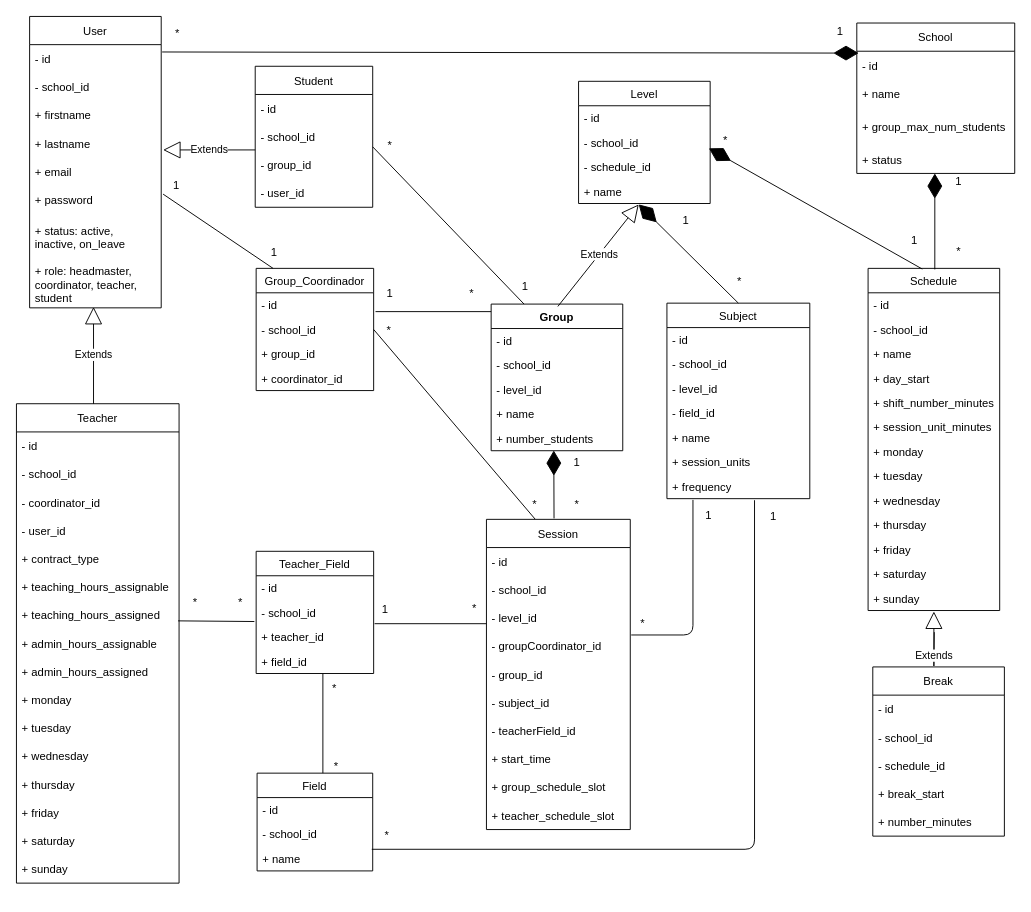
Above: support/3_design/entities/entities_UML.drawio in JeromeVargas/schedule_maker (draw.io), before the change. Source tidied: cells renumbered, new cells numbered last; positions are measured from the earlier drawing's top-left corner, leaving out a move shared by most shapes. Both pictures are drawn from the tidied source at 94%, with x=0, y=0 at pixel (16, 16).
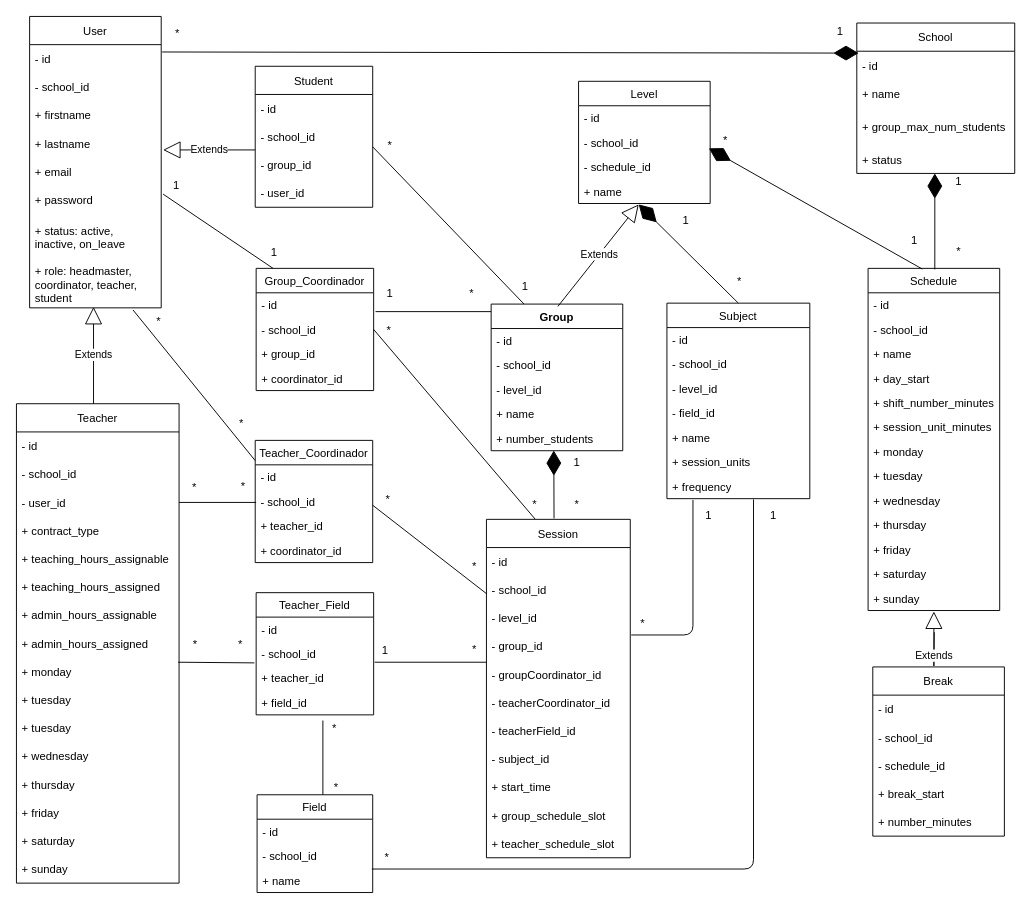
The same diagram, later.

The change refers to these unchanged cells:
```xml
<mxCell id="11" value="+ role: headmaster,&#10;coordinator, teacher, &#10;student" style="text;strokeColor=none;fillColor=none;align=left;verticalAlign=middle;spacingLeft=4;spacingRight=4;overflow=hidden;points=[[0,0.5],[1,0.5]];portConstraint=eastwest;" parent="3" vertex="1">
  <mxGeometry y="260" width="140" height="50" as="geometry" />
</mxCell>
<mxCell id="49" value="+ frequency" style="text;strokeColor=none;fillColor=none;align=left;verticalAlign=top;spacingLeft=4;spacingRight=4;overflow=hidden;points=[[0,0.5],[1,0.5]];portConstraint=eastwest;whiteSpace=wrap;" parent="42" vertex="1">
  <mxGeometry y="182" width="152" height="26" as="geometry" />
</mxCell>
<mxCell id="61" value="Teacher" style="swimlane;fontStyle=0;horizontal=1;startSize=30;" parent="1" vertex="1">
  <mxGeometry y="412" width="173" height="510" as="geometry" />
</mxCell>
```

Diff of the diagram source:
```diff
@@
     <mxCell id="50" value="Session" style="swimlane;fontStyle=0;horizontal=1;startSize=30;" parent="1" vertex="1">
-      <mxGeometry x="500" y="535" width="153" height="330" as="geometry" />
+      <mxGeometry x="500" y="535" width="153" height="360" as="geometry" />
     </mxCell>
@@
+    <mxCell id="55" value="- group_id" style="text;strokeColor=none;fillColor=none;align=left;verticalAlign=middle;spacingLeft=4;spacingRight=4;overflow=hidden;" parent="50" vertex="1">
+      <mxGeometry y="120" width="153" height="30" as="geometry" />
+    </mxCell>
     <mxCell id="54" value="- groupCoordinator_id" style="text;strokeColor=none;fillColor=none;align=left;verticalAlign=middle;spacingLeft=4;spacingRight=4;overflow=hidden;" parent="50" vertex="1">
-      <mxGeometry y="120" width="153" height="30" as="geometry" />
+      <mxGeometry y="150" width="153" height="30" as="geometry" />
     </mxCell>
-    <mxCell id="55" value="- group_id" style="text;strokeColor=none;fillColor=none;align=left;verticalAlign=middle;spacingLeft=4;spacingRight=4;overflow=hidden;" parent="50" vertex="1">
-      <mxGeometry y="150" width="153" height="30" as="geometry" />
-    </mxCell>
+    <mxCell id="148" value="- teacherCoordinator_id" style="text;strokeColor=none;fillColor=none;align=left;verticalAlign=middle;spacingLeft=4;spacingRight=4;overflow=hidden;" parent="50" vertex="1">
+      <mxGeometry y="180" width="153" height="30" as="geometry" />
+    </mxCell>
+    <mxCell id="57" value="- teacherField_id" style="text;strokeColor=none;fillColor=none;align=left;verticalAlign=middle;spacingLeft=4;spacingRight=4;overflow=hidden;" parent="50" vertex="1">
+      <mxGeometry y="210" width="153" height="30" as="geometry" />
+    </mxCell>
     <mxCell id="56" value="- subject_id" style="text;strokeColor=none;fillColor=none;align=left;verticalAlign=middle;spacingLeft=4;spacingRight=4;overflow=hidden;" parent="50" vertex="1">
-      <mxGeometry y="180" width="153" height="30" as="geometry" />
+      <mxGeometry y="240" width="153" height="30" as="geometry" />
     </mxCell>
-    <mxCell id="57" value="- teacherField_id" style="text;strokeColor=none;fillColor=none;align=left;verticalAlign=middle;spacingLeft=4;spacingRight=4;overflow=hidden;" parent="50" vertex="1">
-      <mxGeometry y="210" width="153" height="30" as="geometry" />
-    </mxCell>
     <mxCell id="58" value="+ start_time" style="text;strokeColor=none;fillColor=none;align=left;verticalAlign=middle;spacingLeft=4;spacingRight=4;overflow=hidden;" parent="50" vertex="1">
-      <mxGeometry y="240" width="153" height="30" as="geometry" />
+      <mxGeometry y="270" width="153" height="30" as="geometry" />
     </mxCell>
     <mxCell id="59" value="+ group_schedule_slot" style="text;strokeColor=none;fillColor=none;align=left;verticalAlign=middle;spacingLeft=4;spacingRight=4;overflow=hidden;" parent="50" vertex="1">
-      <mxGeometry y="270" width="153" height="30" as="geometry" />
+      <mxGeometry y="300" width="153" height="30" as="geometry" />
     </mxCell>
     <mxCell id="60" value="+ teacher_schedule_slot" style="text;strokeColor=none;fillColor=none;align=left;verticalAlign=middle;spacingLeft=4;spacingRight=4;overflow=hidden;" parent="50" vertex="1">
-      <mxGeometry y="300" width="153" height="30" as="geometry" />
+      <mxGeometry y="330" width="153" height="30" as="geometry" />
     </mxCell>
@@
-    <mxCell id="64" value="- coordinator_id" style="text;strokeColor=none;fillColor=none;align=left;verticalAlign=middle;spacingLeft=4;spacingRight=4;overflow=hidden;" parent="61" vertex="1">
-      <mxGeometry y="90" width="173" height="30" as="geometry" />
-    </mxCell>
     <mxCell id="65" value="- user_id" style="text;strokeColor=none;fillColor=none;align=left;verticalAlign=middle;spacingLeft=4;spacingRight=4;overflow=hidden;" parent="61" vertex="1">
-      <mxGeometry y="120" width="173" height="30" as="geometry" />
+      <mxGeometry y="90" width="173" height="30" as="geometry" />
     </mxCell>
     <mxCell id="66" value="+ contract_type" style="text;strokeColor=none;fillColor=none;align=left;verticalAlign=middle;spacingLeft=4;spacingRight=4;overflow=hidden;" parent="61" vertex="1">
-      <mxGeometry y="150" width="173" height="30" as="geometry" />
+      <mxGeometry y="120" width="173" height="30" as="geometry" />
     </mxCell>
     <mxCell id="67" value="+ teaching_hours_assignable" style="text;strokeColor=none;fillColor=none;align=left;verticalAlign=middle;spacingLeft=4;spacingRight=4;overflow=hidden;" parent="61" vertex="1">
-      <mxGeometry y="180" width="173" height="30" as="geometry" />
+      <mxGeometry y="150" width="173" height="30" as="geometry" />
     </mxCell>
     <mxCell id="68" value="+ teaching_hours_assigned" style="text;strokeColor=none;fillColor=none;align=left;verticalAlign=middle;spacingLeft=4;spacingRight=4;overflow=hidden;" parent="61" vertex="1">
-      <mxGeometry y="210" width="173" height="30" as="geometry" />
+      <mxGeometry y="180" width="173" height="30" as="geometry" />
     </mxCell>
     <mxCell id="69" value="+ admin_hours_assignable" style="text;strokeColor=none;fillColor=none;align=left;verticalAlign=middle;spacingLeft=4;spacingRight=4;overflow=hidden;" parent="61" vertex="1">
-      <mxGeometry y="240" width="173" height="30" as="geometry" />
+      <mxGeometry y="210" width="173" height="30" as="geometry" />
     </mxCell>
     <mxCell id="70" value="+ admin_hours_assigned" style="text;strokeColor=none;fillColor=none;align=left;verticalAlign=middle;spacingLeft=4;spacingRight=4;overflow=hidden;" parent="61" vertex="1">
-      <mxGeometry y="270" width="173" height="30" as="geometry" />
+      <mxGeometry y="240" width="173" height="30" as="geometry" />
     </mxCell>
     <mxCell id="71" value="+ monday" style="text;strokeColor=none;fillColor=none;align=left;verticalAlign=middle;spacingLeft=4;spacingRight=4;overflow=hidden;" parent="61" vertex="1">
-      <mxGeometry y="300" width="173" height="30" as="geometry" />
+      <mxGeometry y="270" width="173" height="30" as="geometry" />
     </mxCell>
     <mxCell id="72" value="+ tuesday" style="text;strokeColor=none;fillColor=none;align=left;verticalAlign=middle;spacingLeft=4;spacingRight=4;overflow=hidden;" parent="61" vertex="1">
-      <mxGeometry y="330" width="173" height="30" as="geometry" />
+      <mxGeometry y="300" width="173" height="30" as="geometry" />
     </mxCell>
+    <mxCell id="149" value="+ tuesday" style="text;strokeColor=none;fillColor=none;align=left;verticalAlign=middle;spacingLeft=4;spacingRight=4;overflow=hidden;" parent="61" vertex="1">
+      <mxGeometry y="330" width="173" height="30" as="geometry" />
+    </mxCell>
@@
     <mxCell id="83" value="Teacher_Field" style="swimlane;fontStyle=0;horizontal=1;startSize=26;fillColor=none;" parent="1" vertex="1">
-      <mxGeometry x="255" y="569" width="125" height="130" as="geometry" />
+      <mxGeometry x="255" y="613" width="125" height="130" as="geometry" />
     </mxCell>
@@
     <mxCell id="98" style="endArrow=none;endFill=1;endSize=24;html=1;rounded=0;exitX=-0.015;exitY=0.027;exitDx=0;exitDy=0;exitPerimeter=0;" parent="1" edge="1">
       <mxGeometry relative="1" as="geometry">
-        <mxPoint x="253.1" y="643.7" as="sourcePoint" />
-        <mxPoint x="172" y="643" as="targetPoint" />
+        <mxPoint x="253.1" y="687.7" as="sourcePoint" />
+        <mxPoint x="172" y="687" as="targetPoint" />
       </mxGeometry>
     </mxCell>
@@
     <mxCell id="114" style="endArrow=none;html=1;exitX=-0.016;exitY=0.756;exitDx=0;exitDy=0;exitPerimeter=0;" parent="1" edge="1">
       <mxGeometry relative="1" as="geometry">
-        <mxPoint x="381" y="646" as="sourcePoint" />
-        <mxPoint x="500" y="646" as="targetPoint" />
+        <mxPoint x="381" y="687" as="sourcePoint" />
+        <mxPoint x="500" y="687" as="targetPoint" />
       </mxGeometry>
     </mxCell>
     <mxCell id="115" value="1" style="text;html=1;align=center;verticalAlign=middle;strokeColor=none;fillColor=none;" parent="1" vertex="1">
-      <mxGeometry x="376.8" y="615.7" width="30" height="30" as="geometry" />
+      <mxGeometry x="376.8" y="659.7" width="30" height="30" as="geometry" />
     </mxCell>
     <mxCell id="116" value="*" style="text;html=1;align=center;verticalAlign=middle;strokeColor=none;fillColor=none;" parent="1" vertex="1">
-      <mxGeometry x="472" y="614.7" width="30" height="30" as="geometry" />
+      <mxGeometry x="472" y="658.7" width="30" height="30" as="geometry" />
     </mxCell>
@@
     <mxCell id="121" value="Field" style="swimlane;fontStyle=0;horizontal=1;startSize=26;fillColor=none;" parent="1" vertex="1">
-      <mxGeometry x="256" y="805" width="123" height="104" as="geometry" />
+      <mxGeometry x="256" y="828" width="123" height="104" as="geometry" />
     </mxCell>
@@
     <mxCell id="125" value="*" style="text;html=1;align=center;verticalAlign=middle;strokeColor=none;fillColor=none;" parent="1" vertex="1">
-      <mxGeometry x="325" y="783" width="30" height="30" as="geometry" />
+      <mxGeometry x="325" y="806" width="30" height="30" as="geometry" />
     </mxCell>
     <mxCell id="126" value="*" style="text;html=1;align=center;verticalAlign=middle;strokeColor=none;fillColor=none;" parent="1" vertex="1">
-      <mxGeometry x="323" y="700" width="30" height="30" as="geometry" />
+      <mxGeometry x="323" y="743" width="30" height="30" as="geometry" />
     </mxCell>
     <mxCell id="127" style="endArrow=none;html=1;entryX=0.5;entryY=0;entryDx=0;entryDy=0;" parent="1" edge="1">
       <mxGeometry relative="1" as="geometry">
-        <mxPoint x="326" y="699" as="sourcePoint" />
-        <mxPoint x="326" y="805" as="targetPoint" />
+        <mxPoint x="326" y="749" as="sourcePoint" />
+        <mxPoint x="326" y="828" as="targetPoint" />
       </mxGeometry>
     </mxCell>
     <mxCell id="128" value="*" style="text;html=1;align=center;verticalAlign=middle;strokeColor=none;fillColor=none;" parent="1" vertex="1">
-      <mxGeometry x="379" y="857" width="30" height="30" as="geometry" />
+      <mxGeometry x="379" y="880" width="30" height="30" as="geometry" />
     </mxCell>
     <mxCell id="129" value="1" style="text;html=1;align=center;verticalAlign=middle;strokeColor=none;fillColor=none;" parent="1" vertex="1">
-      <mxGeometry x="790" y="517" width="30" height="30" as="geometry" />
+      <mxGeometry x="790" y="516" width="30" height="30" as="geometry" />
     </mxCell>
-    <mxCell id="130" style="endArrow=none;html=1;exitX=1.15;exitY=0.908;exitDx=0;exitDy=0;exitPerimeter=0;edgeStyle=orthogonalEdgeStyle;entryX=0.613;entryY=1.063;entryDx=0;entryDy=0;entryPerimeter=0;" parent="1" edge="1" target="49">
+    <mxCell id="130" style="endArrow=none;html=1;exitX=1.15;exitY=0.908;exitDx=0;exitDy=0;exitPerimeter=0;edgeStyle=orthogonalEdgeStyle;entryX=0.606;entryY=1.109;entryDx=0;entryDy=0;entryPerimeter=0;" parent="1" edge="1">
       <mxGeometry relative="1" as="geometry">
-        <mxPoint x="378" y="886" as="sourcePoint" />
+        <mxPoint x="378" y="907" as="sourcePoint" />
+        <mxPoint x="784.1" y="513.8" as="targetPoint" />
         <Array as="points">
-          <mxPoint x="785" y="886" />
+          <mxPoint x="784" y="907" />
         </Array>
       </mxGeometry>
     </mxCell>
     <mxCell id="131" value="*" style="text;html=1;align=center;verticalAlign=middle;strokeColor=none;fillColor=none;" parent="1" vertex="1">
-      <mxGeometry x="175" y="609" width="30" height="30" as="geometry" />
+      <mxGeometry x="175" y="653" width="30" height="30" as="geometry" />
     </mxCell>
     <mxCell id="132" value="*" style="text;html=1;align=center;verticalAlign=middle;strokeColor=none;fillColor=none;" parent="1" vertex="1">
-      <mxGeometry x="223" y="609" width="30" height="30" as="geometry" />
+      <mxGeometry x="223" y="653" width="30" height="30" as="geometry" />
     </mxCell>
@@
+    <mxCell id="150" value="*" style="text;html=1;align=center;verticalAlign=middle;strokeColor=none;fillColor=none;" parent="1" vertex="1">
+      <mxGeometry x="136" y="309.7" width="30" height="30" as="geometry" />
+    </mxCell>
+    <mxCell id="151" value="*" style="text;html=1;align=center;verticalAlign=middle;strokeColor=none;fillColor=none;" parent="1" vertex="1">
+      <mxGeometry x="224" y="418" width="30" height="30" as="geometry" />
+    </mxCell>
+    <mxCell id="152" style="endArrow=none;html=1;exitX=0.786;exitY=1.046;exitDx=0;exitDy=0;exitPerimeter=0;" parent="1" edge="1" source="11">
+      <mxGeometry relative="1" as="geometry">
+        <mxPoint x="254" y="472.5" as="targetPoint" />
+      </mxGeometry>
+    </mxCell>
+    <mxCell id="153" value="Teacher_Coordinador" style="swimlane;fontStyle=0;horizontal=1;startSize=26;fillColor=none;" parent="1" vertex="1">
+      <mxGeometry x="254" y="451" width="125" height="130" as="geometry" />
+    </mxCell>
+    <mxCell id="154" value="- id" style="text;strokeColor=none;fillColor=none;align=left;verticalAlign=top;spacingLeft=4;spacingRight=4;overflow=hidden;" parent="153" vertex="1">
+      <mxGeometry y="26" width="125" height="26" as="geometry" />
+    </mxCell>
+    <mxCell id="155" value="- school_id" style="text;strokeColor=none;fillColor=none;align=left;verticalAlign=top;spacingLeft=4;spacingRight=4;overflow=hidden;" parent="153" vertex="1">
+      <mxGeometry y="52" width="125" height="26" as="geometry" />
+    </mxCell>
+    <mxCell id="156" value="+ teacher_id" style="text;strokeColor=none;fillColor=none;align=left;verticalAlign=top;spacingLeft=4;spacingRight=4;overflow=hidden;" parent="153" vertex="1">
+      <mxGeometry y="78" width="125" height="26" as="geometry" />
+    </mxCell>
+    <mxCell id="157" value="+ coordinator_id" style="text;strokeColor=none;fillColor=none;align=left;verticalAlign=top;spacingLeft=4;spacingRight=4;overflow=hidden;" parent="153" vertex="1">
+      <mxGeometry y="104" width="125" height="26" as="geometry" />
+    </mxCell>
+    <mxCell id="158" value="*" style="text;html=1;align=center;verticalAlign=middle;strokeColor=none;fillColor=none;" parent="1" vertex="1">
+      <mxGeometry x="380" y="499" width="30" height="30" as="geometry" />
+    </mxCell>
+    <mxCell id="159" value="*" style="text;html=1;align=center;verticalAlign=middle;strokeColor=none;fillColor=none;" parent="1" vertex="1">
+      <mxGeometry x="472" y="570" width="30" height="30" as="geometry" />
+    </mxCell>
+    <mxCell id="160" style="endArrow=none;endFill=1;endSize=24;html=1;rounded=0;entryX=1;entryY=0.5;entryDx=0;entryDy=0;exitX=0;exitY=0.5;exitDx=0;exitDy=0;" parent="1" edge="1">
+      <mxGeometry relative="1" as="geometry">
+        <mxPoint x="500" y="614" as="sourcePoint" />
+        <mxPoint x="379" y="520" as="targetPoint" />
+      </mxGeometry>
+    </mxCell>
+    <mxCell id="161" style="endArrow=none;html=1;exitX=-0.016;exitY=0.756;exitDx=0;exitDy=0;exitPerimeter=0;" parent="1" edge="1">
+      <mxGeometry relative="1" as="geometry">
+        <mxPoint x="173" y="517" as="sourcePoint" />
+        <mxPoint x="255" y="517" as="targetPoint" />
+      </mxGeometry>
+    </mxCell>
+    <mxCell id="162" value="*" style="text;html=1;align=center;verticalAlign=middle;strokeColor=none;fillColor=none;" parent="1" vertex="1">
+      <mxGeometry x="173.8" y="485.7" width="30" height="30" as="geometry" />
+    </mxCell>
+    <mxCell id="163" value="*" style="text;html=1;align=center;verticalAlign=middle;strokeColor=none;fillColor=none;" parent="1" vertex="1">
+      <mxGeometry x="226" y="484.7" width="30" height="30" as="geometry" />
+    </mxCell>
```
